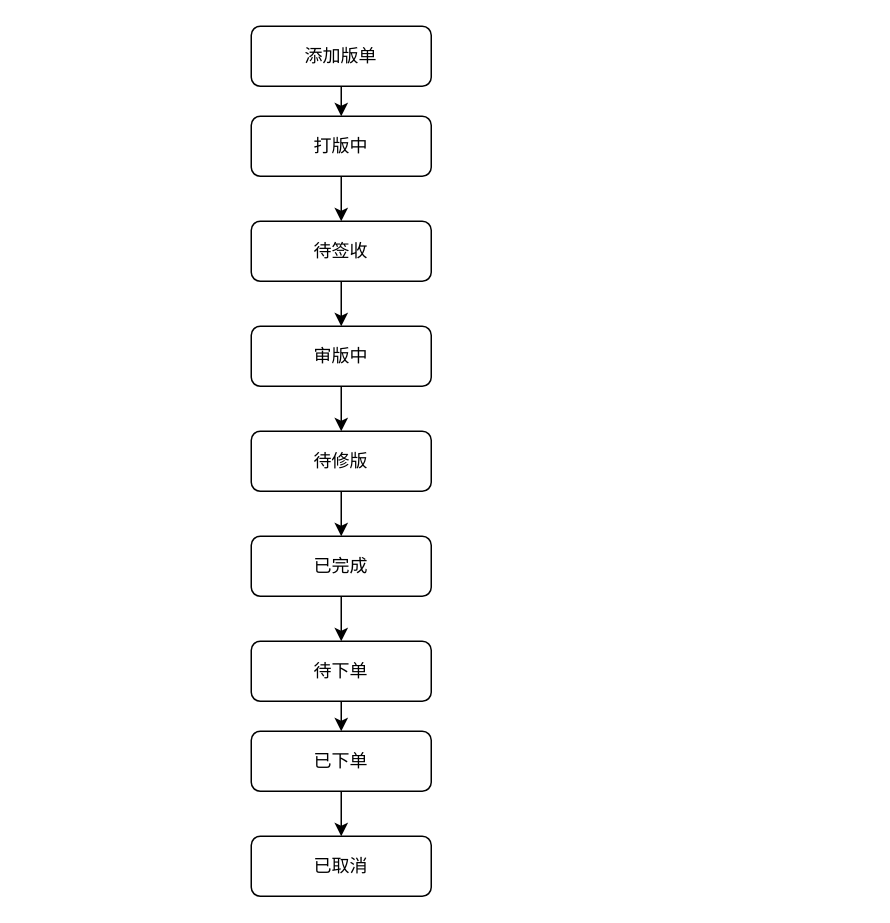
The draw.io diagram 打版管理.drawio in pbm0802/GitIDEATest, before the edit. Source tidied: cells renumbered, new cells numbered last; positions are measured from the earlier drawing's top-left corner, leaving out a move shared by most shapes. Both pictures are drawn from the tidied source at 150%, with x=0, y=0 at pixel (250, 26).
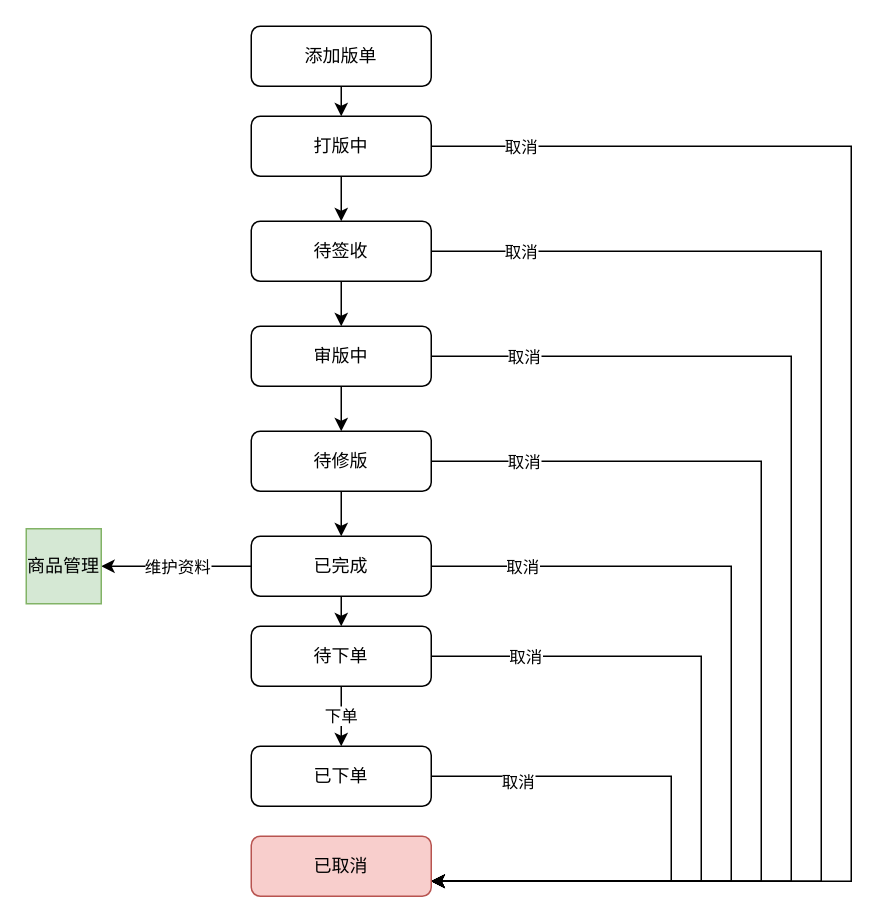
The same page after the edit.

Commit message (it also covers changes not shown here):
更新打版管理.drawio

The change refers to these unchanged cells:
```xml
<mxCell id="5" value="打版中" style="rounded=1;whiteSpace=wrap;html=1;fontSize=12;glass=0;strokeWidth=1;shadow=0;" parent="1" vertex="1">
  <mxGeometry y="60" width="120" height="40" as="geometry" />
</mxCell>
<mxCell id="7" value="待签收" style="rounded=1;whiteSpace=wrap;html=1;fontSize=12;glass=0;strokeWidth=1;shadow=0;" parent="1" vertex="1">
  <mxGeometry y="130" width="120" height="40" as="geometry" />
</mxCell>
<mxCell id="9" value="审版中" style="rounded=1;whiteSpace=wrap;html=1;fontSize=12;glass=0;strokeWidth=1;shadow=0;" parent="1" vertex="1">
  <mxGeometry y="200" width="120" height="40" as="geometry" />
</mxCell>
<mxCell id="11" value="待修版" style="rounded=1;whiteSpace=wrap;html=1;fontSize=12;glass=0;strokeWidth=1;shadow=0;" parent="1" vertex="1">
  <mxGeometry y="270" width="120" height="40" as="geometry" />
</mxCell>
<mxCell id="13" value="已完成" style="rounded=1;whiteSpace=wrap;html=1;fontSize=12;glass=0;strokeWidth=1;shadow=0;" parent="1" vertex="1">
  <mxGeometry y="340" width="120" height="40" as="geometry" />
</mxCell>
```

Diff of the diagram source:
```diff
@@
+    <mxCell id="19" style="edgeStyle=orthogonalEdgeStyle;rounded=0;jettySize=auto;html=1;exitX=1;exitY=0.5;exitDx=0;exitDy=0;entryX=1;entryY=0.75;entryDx=0;entryDy=0;" parent="1" edge="1" source="5" target="18">
+      <mxGeometry relative="1" as="geometry">
+        <Array as="points">
+          <mxPoint x="400" y="80" />
+          <mxPoint x="400" y="570" />
+        </Array>
+      </mxGeometry>
+    </mxCell>
+    <mxCell id="20" value="取消" style="edgeLabel;html=1;align=center;verticalAlign=middle;" parent="19" vertex="1">
+      <mxGeometry x="-0.8" y="4" relative="1" as="geometry">
+        <mxPoint x="-46" y="4" as="offset" />
+      </mxGeometry>
+    </mxCell>
@@
+    <mxCell id="21" style="edgeStyle=orthogonalEdgeStyle;rounded=0;jettySize=auto;html=1;exitX=1;exitY=0.5;exitDx=0;exitDy=0;entryX=1;entryY=0.75;entryDx=0;entryDy=0;" parent="1" edge="1" source="7" target="18">
+      <mxGeometry relative="1" as="geometry">
+        <Array as="points">
+          <mxPoint x="380" y="150" />
+          <mxPoint x="380" y="570" />
+        </Array>
+      </mxGeometry>
+    </mxCell>
+    <mxCell id="22" value="取消" style="edgeLabel;html=1;align=center;verticalAlign=middle;" parent="21" vertex="1">
+      <mxGeometry x="-0.64" y="-1" relative="1" as="geometry">
+        <mxPoint x="-110" y="-1" as="offset" />
+      </mxGeometry>
+    </mxCell>
@@
+    <mxCell id="23" style="edgeStyle=orthogonalEdgeStyle;rounded=0;jettySize=auto;html=1;exitX=1;exitY=0.5;exitDx=0;exitDy=0;entryX=1;entryY=0.75;entryDx=0;entryDy=0;" parent="1" edge="1" source="9" target="18">
+      <mxGeometry relative="1" as="geometry">
+        <Array as="points">
+          <mxPoint x="360" y="220" />
+          <mxPoint x="360" y="570" />
+        </Array>
+      </mxGeometry>
+    </mxCell>
+    <mxCell id="24" value="取消" style="edgeLabel;html=1;align=center;verticalAlign=middle;" parent="23" vertex="1">
+      <mxGeometry x="-0.61" y="3" relative="1" as="geometry">
+        <mxPoint x="-101" y="3" as="offset" />
+      </mxGeometry>
+    </mxCell>
@@
+    <mxCell id="25" style="edgeStyle=orthogonalEdgeStyle;rounded=0;jettySize=auto;html=1;exitX=1;exitY=0.5;exitDx=0;exitDy=0;entryX=1;entryY=0.75;entryDx=0;entryDy=0;" parent="1" edge="1" source="11" target="18">
+      <mxGeometry relative="1" as="geometry">
+        <Array as="points">
+          <mxPoint x="340" y="290" />
+          <mxPoint x="340" y="570" />
+        </Array>
+      </mxGeometry>
+    </mxCell>
+    <mxCell id="26" value="取消" style="edgeLabel;html=1;align=center;verticalAlign=middle;" parent="25" vertex="1">
+      <mxGeometry x="-0.78" y="3" relative="1" as="geometry">
+        <mxPoint x="-18" y="3" as="offset" />
+      </mxGeometry>
+    </mxCell>
@@
+    <mxCell id="27" style="edgeStyle=orthogonalEdgeStyle;rounded=0;jettySize=auto;html=1;exitX=1;exitY=0.5;exitDx=0;exitDy=0;entryX=1;entryY=0.75;entryDx=0;entryDy=0;" parent="1" edge="1" source="13" target="18">
+      <mxGeometry relative="1" as="geometry">
+        <Array as="points">
+          <mxPoint x="320" y="360" />
+          <mxPoint x="320" y="570" />
+        </Array>
+      </mxGeometry>
+    </mxCell>
+    <mxCell id="28" value="取消" style="edgeLabel;html=1;align=center;verticalAlign=middle;" parent="27" vertex="1">
+      <mxGeometry x="-0.71" y="-2" relative="1" as="geometry">
+        <mxPoint x="-28" y="-2" as="offset" />
+      </mxGeometry>
+    </mxCell>
+    <mxCell id="29" style="edgeStyle=orthogonalEdgeStyle;rounded=0;jettySize=auto;html=1;exitX=0;exitY=0.5;exitDx=0;exitDy=0;entryX=1;entryY=0.5;entryDx=0;entryDy=0;" parent="1" edge="1" source="13" target="34">
+      <mxGeometry relative="1" as="geometry">
+        <Array as="points">
+          <mxPoint x="-70" y="360" />
+          <mxPoint x="-70" y="360" />
+        </Array>
+      </mxGeometry>
+    </mxCell>
+    <mxCell id="30" value="维护资料" style="edgeLabel;html=1;align=center;verticalAlign=middle;" parent="29" vertex="1">
+      <mxGeometry x="-0.24" y="3" relative="1" as="geometry">
+        <mxPoint x="-12" y="-3" as="offset" />
+      </mxGeometry>
+    </mxCell>
@@
-    <mxCell id="14" style="edgeStyle=orthogonalEdgeStyle;rounded=0;jettySize=auto;html=1;exitX=0.5;exitY=1;exitDx=0;exitDy=0;entryX=0.5;entryY=0;entryDx=0;entryDy=0;" parent="1" edge="1" source="15" target="17">
+    <mxCell id="14" value="下单" style="edgeStyle=orthogonalEdgeStyle;rounded=0;jettySize=auto;html=1;exitX=0.5;exitY=1;exitDx=0;exitDy=0;entryX=0.5;entryY=0;entryDx=0;entryDy=0;" parent="1" edge="1" source="15" target="17">
       <mxGeometry relative="1" as="geometry" />
     </mxCell>
+    <mxCell id="31" style="edgeStyle=orthogonalEdgeStyle;rounded=0;jettySize=auto;html=1;exitX=1;exitY=0.5;exitDx=0;exitDy=0;entryX=1;entryY=0.75;entryDx=0;entryDy=0;" parent="1" edge="1" source="15" target="18">
+      <mxGeometry relative="1" as="geometry">
+        <Array as="points">
+          <mxPoint x="300" y="420" />
+          <mxPoint x="300" y="570" />
+        </Array>
+      </mxGeometry>
+    </mxCell>
+    <mxCell id="32" value="取消" style="edgeLabel;html=1;align=center;verticalAlign=middle;" parent="31" vertex="1">
+      <mxGeometry x="-0.57" y="3" relative="1" as="geometry">
+        <mxPoint x="-48" y="3" as="offset" />
+      </mxGeometry>
+    </mxCell>
     <mxCell id="15" value="待下单" style="rounded=1;whiteSpace=wrap;html=1;fontSize=12;glass=0;strokeWidth=1;shadow=0;" parent="1" vertex="1">
-      <mxGeometry y="410" width="120" height="40" as="geometry" />
+      <mxGeometry y="400" width="120" height="40" as="geometry" />
     </mxCell>
-    <mxCell id="16" style="edgeStyle=orthogonalEdgeStyle;rounded=0;jettySize=auto;html=1;exitX=0.5;exitY=1;exitDx=0;exitDy=0;entryX=0.5;entryY=0;entryDx=0;entryDy=0;" parent="1" edge="1" source="17" target="18">
-      <mxGeometry relative="1" as="geometry" />
+    <mxCell id="16" style="edgeStyle=orthogonalEdgeStyle;rounded=0;jettySize=auto;html=1;exitX=1;exitY=0.5;exitDx=0;exitDy=0;entryX=1;entryY=0.75;entryDx=0;entryDy=0;" parent="1" edge="1" source="17" target="18">
+      <mxGeometry relative="1" as="geometry">
+        <Array as="points">
+          <mxPoint x="280" y="500" />
+          <mxPoint x="280" y="570" />
+        </Array>
+      </mxGeometry>
     </mxCell>
+    <mxCell id="33" value="取消" style="edgeLabel;html=1;align=center;verticalAlign=middle;" parent="16" vertex="1">
+      <mxGeometry x="-0.71" y="-3" relative="1" as="geometry" />
+    </mxCell>
     <mxCell id="17" value="已下单" style="rounded=1;whiteSpace=wrap;html=1;fontSize=12;glass=0;strokeWidth=1;shadow=0;" parent="1" vertex="1">
-      <mxGeometry y="470" width="120" height="40" as="geometry" />
+      <mxGeometry y="480" width="120" height="40" as="geometry" />
     </mxCell>
-    <mxCell id="18" value="已取消" style="rounded=1;whiteSpace=wrap;html=1;fontSize=12;glass=0;strokeWidth=1;shadow=0;" parent="1" vertex="1">
+    <mxCell id="18" value="已取消" style="rounded=1;whiteSpace=wrap;html=1;fontSize=12;glass=0;strokeWidth=1;shadow=0;fillColor=#f8cecc;strokeColor=#b85450;" parent="1" vertex="1">
       <mxGeometry y="540" width="120" height="40" as="geometry" />
     </mxCell>
+    <mxCell id="34" value="商品管理" style="whiteSpace=wrap;html=1;fillColor=#d5e8d4;strokeColor=#82b366;" parent="1" vertex="1">
+      <mxGeometry x="-150" y="335" width="50" height="50" as="geometry" />
+    </mxCell>
```
